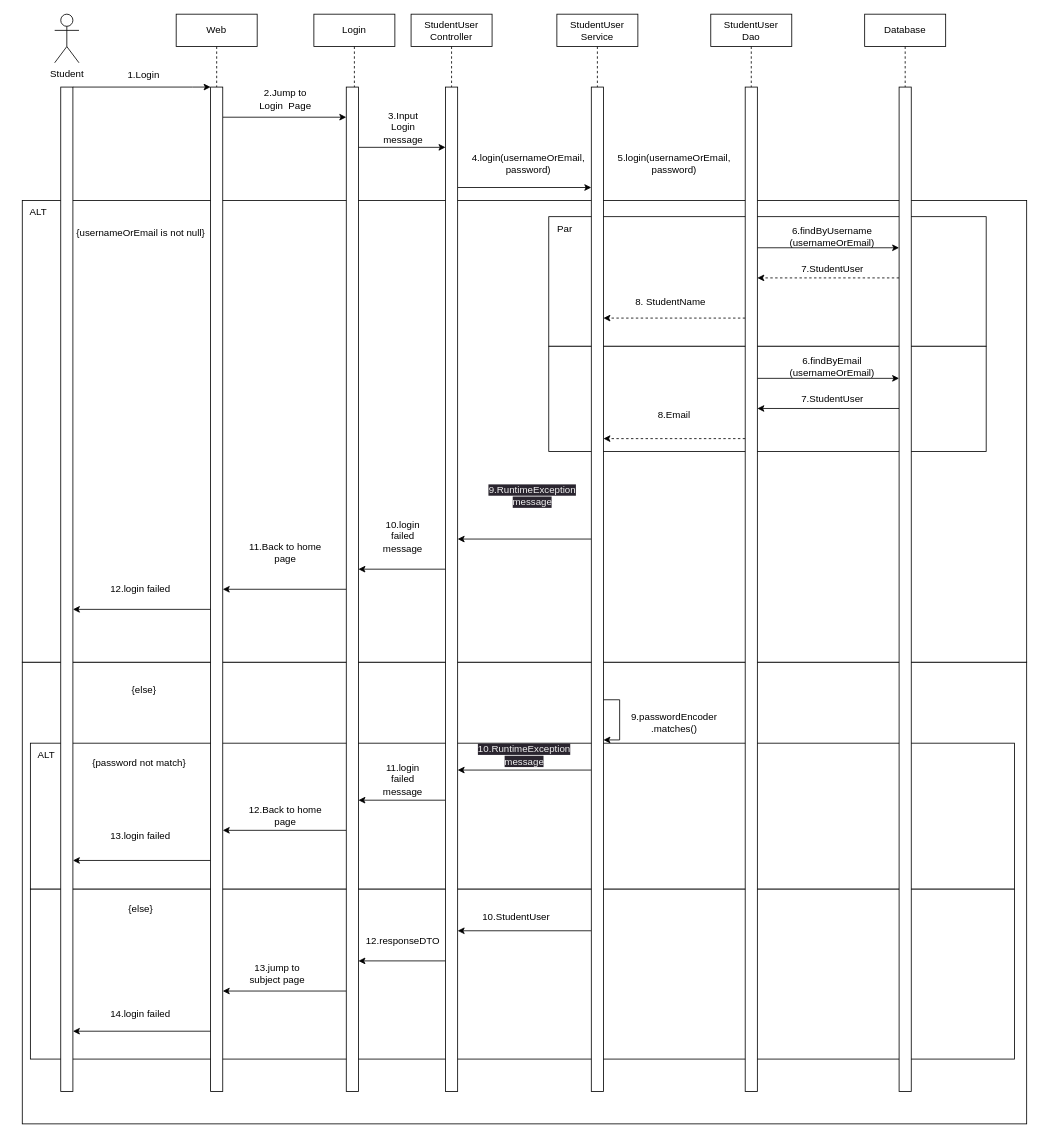
Above: Login.drawio in vriusc/Intelligent-Tutoring-System (draw.io), before the change. Source tidied: cells renumbered, new cells numbered last; positions are measured from the earlier drawing's top-left corner, leaving out a move shared by most shapes. Both pictures are drawn from the tidied source at 81%, with x=0, y=0 at pixel (14, 14).
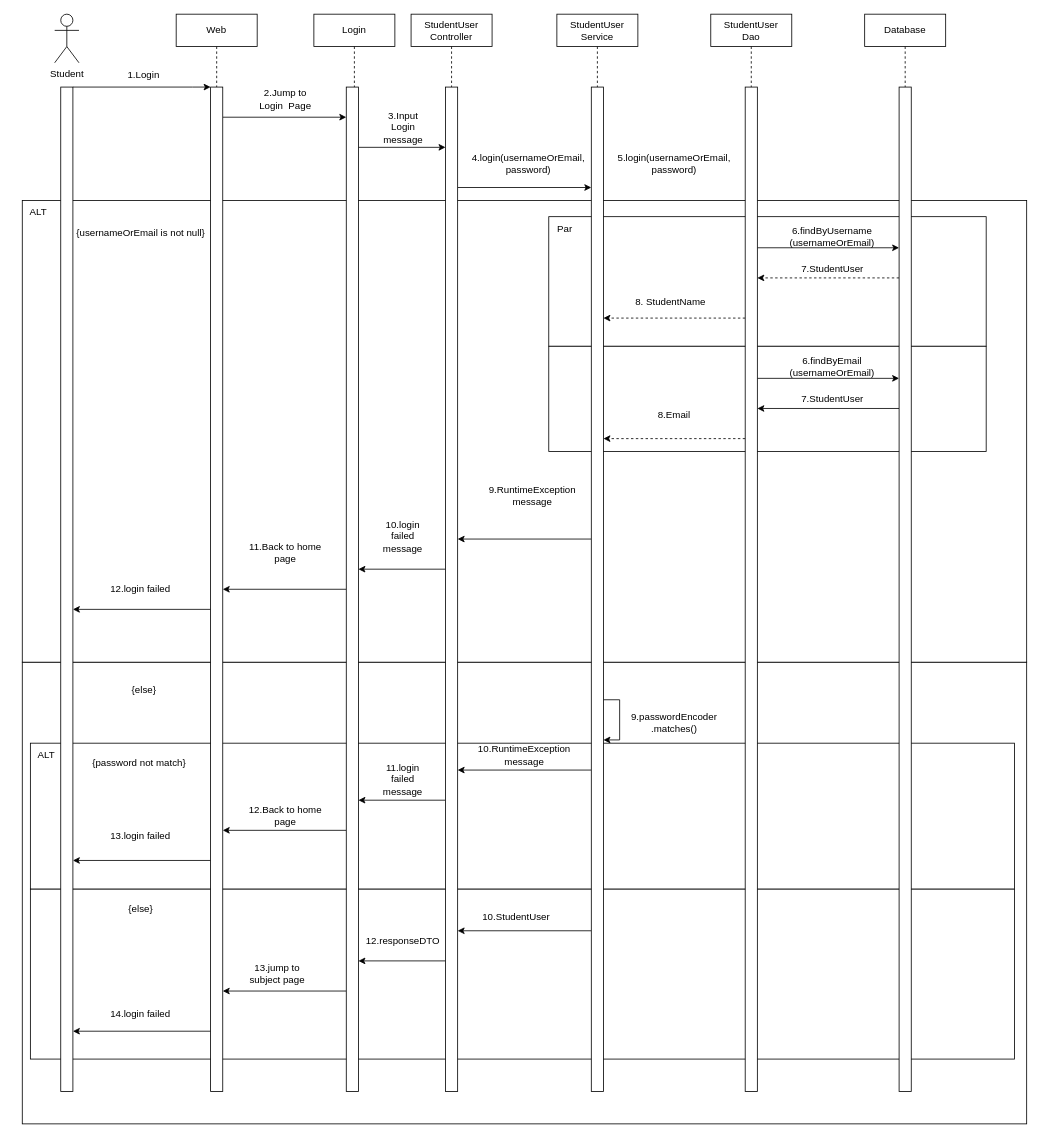
Above is the later version.

Change to the diagram source:
```diff
@@
-    <mxCell id="20" value="&lt;span style=&quot;color: rgb(240, 240, 240); font-family: Helvetica; font-size: 12px; font-style: normal; font-variant-ligatures: normal; font-variant-caps: normal; font-weight: 400; letter-spacing: normal; orphans: 2; text-align: center; text-indent: 0px; text-transform: none; widows: 2; word-spacing: 0px; -webkit-text-stroke-width: 0px; background-color: rgb(42, 37, 47); text-decoration-thickness: initial; text-decoration-style: initial; text-decoration-color: initial; float: none; display: inline !important;&quot;&gt;9.RuntimeException&lt;/span&gt;&lt;br style=&quot;border-color: rgb(0, 0, 0); color: rgb(240, 240, 240); font-family: Helvetica; font-size: 12px; font-style: normal; font-variant-ligatures: normal; font-variant-caps: normal; font-weight: 400; letter-spacing: normal; orphans: 2; text-align: center; text-indent: 0px; text-transform: none; widows: 2; word-spacing: 0px; -webkit-text-stroke-width: 0px; background-color: rgb(42, 37, 47); text-decoration-thickness: initial; text-decoration-style: initial; text-decoration-color: initial;&quot;&gt;&lt;span style=&quot;color: rgb(240, 240, 240); font-family: Helvetica; font-size: 12px; font-style: normal; font-variant-ligatures: normal; font-variant-caps: normal; font-weight: 400; letter-spacing: normal; orphans: 2; text-align: center; text-indent: 0px; text-transform: none; widows: 2; word-spacing: 0px; -webkit-text-stroke-width: 0px; background-color: rgb(42, 37, 47); text-decoration-thickness: initial; text-decoration-style: initial; text-decoration-color: initial; float: none; display: inline !important;&quot;&gt;message&lt;/span&gt;" style="text;html=1;strokeColor=none;fillColor=none;align=center;verticalAlign=middle;whiteSpace=wrap;rounded=0;" parent="1" vertex="1">
+    <mxCell id="20" value="&lt;span style=&quot;orphans: 2; text-align: center; text-indent: 0px; widows: 2; text-decoration-thickness: initial; text-decoration-style: initial; text-decoration-color: initial; float: none; display: inline !important;&quot;&gt;9.RuntimeException&lt;/span&gt;&lt;br style=&quot;border-color: rgb(0, 0, 0); orphans: 2; text-align: center; text-indent: 0px; widows: 2; text-decoration-thickness: initial; text-decoration-style: initial; text-decoration-color: initial;&quot;&gt;&lt;span style=&quot;orphans: 2; text-align: center; text-indent: 0px; widows: 2; text-decoration-thickness: initial; text-decoration-style: initial; text-decoration-color: initial; float: none; display: inline !important;&quot;&gt;message&lt;/span&gt;" style="text;html=1;strokeColor=none;fillColor=none;align=center;verticalAlign=middle;whiteSpace=wrap;rounded=0;" parent="1" vertex="1">
       <mxGeometry x="610" y="580" width="60" height="30" as="geometry" />
     </mxCell>
@@
-    <mxCell id="64" value="&lt;span style=&quot;color: rgb(240, 240, 240); font-family: Helvetica; font-size: 12px; font-style: normal; font-variant-ligatures: normal; font-variant-caps: normal; font-weight: 400; letter-spacing: normal; orphans: 2; text-align: center; text-indent: 0px; text-transform: none; widows: 2; word-spacing: 0px; -webkit-text-stroke-width: 0px; background-color: rgb(42, 37, 47); text-decoration-thickness: initial; text-decoration-style: initial; text-decoration-color: initial; float: none; display: inline !important;&quot;&gt;10.RuntimeException&lt;/span&gt;&lt;br style=&quot;border-color: rgb(0, 0, 0); color: rgb(240, 240, 240); font-family: Helvetica; font-size: 12px; font-style: normal; font-variant-ligatures: normal; font-variant-caps: normal; font-weight: 400; letter-spacing: normal; orphans: 2; text-align: center; text-indent: 0px; text-transform: none; widows: 2; word-spacing: 0px; -webkit-text-stroke-width: 0px; background-color: rgb(42, 37, 47); text-decoration-thickness: initial; text-decoration-style: initial; text-decoration-color: initial;&quot;&gt;&lt;span style=&quot;color: rgb(240, 240, 240); font-family: Helvetica; font-size: 12px; font-style: normal; font-variant-ligatures: normal; font-variant-caps: normal; font-weight: 400; letter-spacing: normal; orphans: 2; text-align: center; text-indent: 0px; text-transform: none; widows: 2; word-spacing: 0px; -webkit-text-stroke-width: 0px; background-color: rgb(42, 37, 47); text-decoration-thickness: initial; text-decoration-style: initial; text-decoration-color: initial; float: none; display: inline !important;&quot;&gt;message&lt;/span&gt;" style="text;html=1;strokeColor=none;fillColor=none;align=center;verticalAlign=middle;whiteSpace=wrap;rounded=0;" parent="1" vertex="1">
+    <mxCell id="64" value="&lt;span style=&quot;orphans: 2; text-align: center; text-indent: 0px; widows: 2; text-decoration-thickness: initial; text-decoration-style: initial; text-decoration-color: initial; float: none; display: inline !important;&quot;&gt;10.RuntimeException&lt;/span&gt;&lt;br style=&quot;border-color: rgb(0, 0, 0); orphans: 2; text-align: center; text-indent: 0px; widows: 2; text-decoration-thickness: initial; text-decoration-style: initial; text-decoration-color: initial;&quot;&gt;&lt;span style=&quot;orphans: 2; text-align: center; text-indent: 0px; widows: 2; text-decoration-thickness: initial; text-decoration-style: initial; text-decoration-color: initial; float: none; display: inline !important;&quot;&gt;message&lt;/span&gt;" style="text;html=1;strokeColor=none;fillColor=none;align=center;verticalAlign=middle;whiteSpace=wrap;rounded=0;" parent="1" vertex="1">
       <mxGeometry x="600" y="900" width="60" height="30" as="geometry" />
     </mxCell>
```
